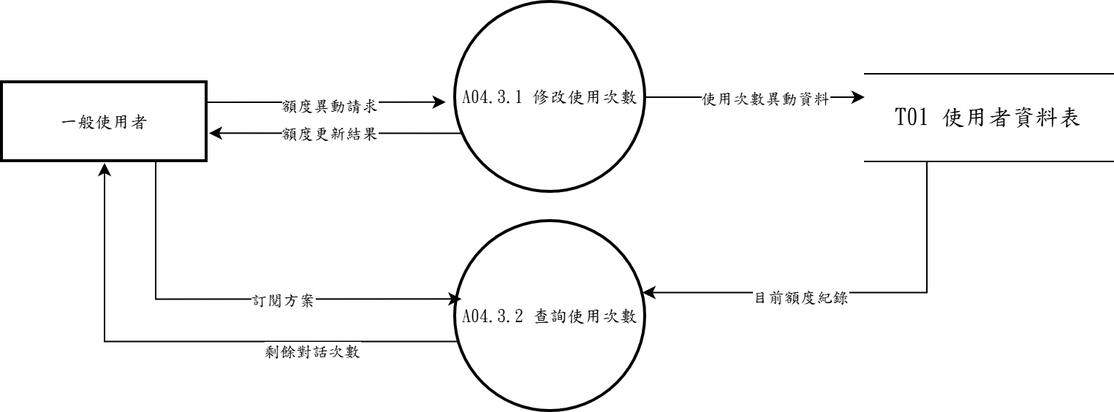
Before: 系統文件/第6章/DFD圖/圖4/新/圖4-3.drawio.png, a diagram exported from draw.io (s22452007/115502). Source tidied: cells renumbered, new cells last; positions are measured from the earlier drawing's top-left corner, leaving out a move shared by most shapes. Its diagram source:
```xml
<mxGraphModel>
  <root>
    <mxCell id="0" />
    <mxCell id="1" parent="0" />
    <mxCell id="2" style="edgeStyle=none;rounded=0;jettySize=auto;html=1;exitX=0.041;exitY=0.69;exitDx=0;exitDy=0;entryX=1.01;entryY=0.642;entryDx=0;entryDy=0;exitPerimeter=0;entryPerimeter=0;fontFamily=標楷體;" parent="1" edge="1" source="6" target="7">
      <mxGeometry relative="1" as="geometry" />
    </mxCell>
    <mxCell id="3" value="額度更新結果" style="edgeLabel;html=1;align=center;verticalAlign=middle;fontFamily=標楷體;" parent="2" vertex="1">
      <mxGeometry x="0.05" relative="1" as="geometry" />
    </mxCell>
    <mxCell id="4" style="edgeStyle=none;rounded=0;jettySize=auto;html=1;exitX=1;exitY=0.5;exitDx=0;exitDy=0;entryX=0;entryY=0.5;entryDx=0;entryDy=0;fontFamily=標楷體;" parent="1" edge="1" source="6">
      <mxGeometry relative="1" as="geometry">
        <mxPoint x="590" y="65" as="targetPoint" />
      </mxGeometry>
    </mxCell>
    <mxCell id="5" value="使用次數異動資料" style="edgeLabel;html=1;align=center;verticalAlign=middle;fontFamily=標楷體;" parent="4" vertex="1">
      <mxGeometry x="0.08" relative="1" as="geometry" />
    </mxCell>
    <mxCell id="6" value="A04.3.1 修改使用次數" style="ellipse;strokeWidth=2;whiteSpace=wrap;fontFamily=標楷體;" parent="1" vertex="1">
      <mxGeometry x="310" width="130" height="130" as="geometry" />
    </mxCell>
    <mxCell id="7" value="一般使用者" style="whiteSpace=wrap;strokeWidth=2;fontFamily=標楷體;" parent="1" vertex="1">
      <mxGeometry y="55" width="140" height="54" as="geometry" />
    </mxCell>
    <mxCell id="8" style="edgeStyle=none;rounded=0;jettySize=auto;html=1;exitX=1;exitY=0.25;exitDx=0;exitDy=0;entryX=-0.051;entryY=0.526;entryDx=0;entryDy=0;entryPerimeter=0;fontFamily=標楷體;" parent="1" edge="1" source="7" target="6">
      <mxGeometry relative="1" as="geometry" />
    </mxCell>
    <mxCell id="9" value="額度異動請求" style="edgeLabel;html=1;align=center;verticalAlign=middle;fontFamily=標楷體;" parent="8" vertex="1">
      <mxGeometry x="0.01" y="-2" relative="1" as="geometry" />
    </mxCell>
    <mxCell id="10" value="&lt;span lang=&quot;EN-US&quot; style=&quot;font-size: 12pt;&quot;&gt;T01&amp;nbsp;&lt;/span&gt;&lt;span style=&quot;font-size: 12pt;&quot;&gt;使用者資料表&lt;/span&gt;" style="shape=partialRectangle;whiteSpace=wrap;html=1;left=0;right=0;fontFamily=標楷體;" parent="1" vertex="1">
      <mxGeometry x="590" y="49" width="170" height="60" as="geometry" />
    </mxCell>
    <mxCell id="11" style="edgeStyle=orthogonalEdgeStyle;rounded=0;jettySize=auto;html=1;exitX=0.024;exitY=0.633;exitDx=0;exitDy=0;exitPerimeter=0;fontFamily=標楷體;" parent="1" edge="1" source="13">
      <mxGeometry relative="1" as="geometry">
        <mxPoint x="70" y="110" as="targetPoint" />
      </mxGeometry>
    </mxCell>
    <mxCell id="12" value="剩餘對話次數" style="edgeLabel;html=1;align=center;verticalAlign=middle;fontFamily=標楷體;" parent="11" vertex="1">
      <mxGeometry x="-0.44" y="6" relative="1" as="geometry" />
    </mxCell>
    <mxCell id="13" value="A04.3.2 查詢使用次數" style="ellipse;strokeWidth=2;whiteSpace=wrap;fontFamily=標楷體;" parent="1" vertex="1">
      <mxGeometry x="310" y="150" width="130" height="130" as="geometry" />
    </mxCell>
    <mxCell id="14" style="edgeStyle=orthogonalEdgeStyle;rounded=0;jettySize=auto;html=1;exitX=0.75;exitY=1;exitDx=0;exitDy=0;entryX=0.032;entryY=0.409;entryDx=0;entryDy=0;entryPerimeter=0;fontFamily=標楷體;" parent="1" edge="1" source="7" target="13">
      <mxGeometry relative="1" as="geometry">
        <Array as="points">
          <mxPoint x="105" y="203" />
        </Array>
      </mxGeometry>
    </mxCell>
    <mxCell id="15" value="訂閱方案" style="edgeLabel;html=1;align=center;verticalAlign=middle;fontFamily=標楷體;" parent="14" vertex="1">
      <mxGeometry x="0.2" relative="1" as="geometry" />
    </mxCell>
    <mxCell id="16" style="edgeStyle=orthogonalEdgeStyle;rounded=0;jettySize=auto;html=1;exitX=0.25;exitY=1;exitDx=0;exitDy=0;entryX=0.984;entryY=0.375;entryDx=0;entryDy=0;entryPerimeter=0;fontFamily=標楷體;" parent="1" edge="1" source="10" target="13">
      <mxGeometry relative="1" as="geometry">
        <Array as="points">
          <mxPoint x="633" y="199" />
        </Array>
      </mxGeometry>
    </mxCell>
    <mxCell id="17" value="目前額度紀錄" style="edgeLabel;html=1;align=center;verticalAlign=middle;fontFamily=標楷體;" parent="16" vertex="1">
      <mxGeometry x="0.25" y="3" relative="1" as="geometry" />
    </mxCell>
  </root>
</mxGraphModel>
```
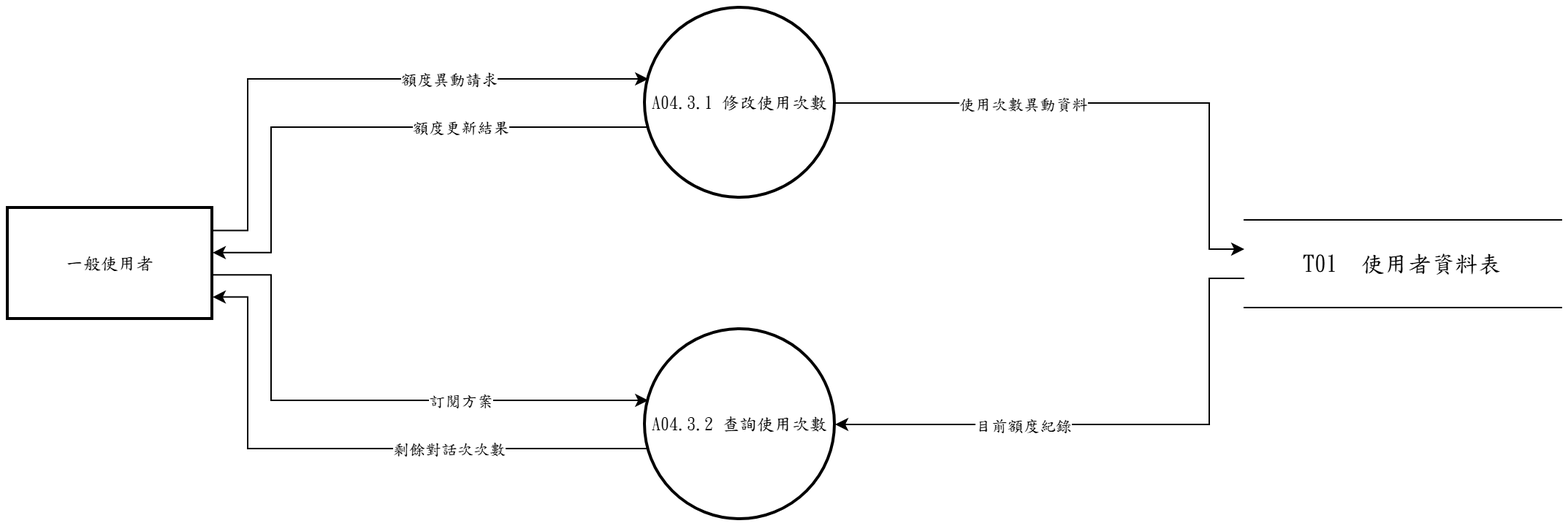
After the change.

The edit, as a diff of the source:
```diff
@@ -1,66 +1,84 @@
 <mxGraphModel>
   <root>
-    <mxCell id="0" />
-    <mxCell id="1" parent="0" />
+    <mxCell id="18" />
+    <mxCell id="19" parent="18" />
+    <mxCell id="6" value="A04.3.1 修改使用次數" style="ellipse;strokeWidth=2;whiteSpace=wrap;html=1;fontFamily=標楷體;" parent="19" vertex="1">
+      <mxGeometry x="536" y="-200" width="130" height="130" as="geometry" />
+    </mxCell>
+    <mxCell id="13" value="A04.3.2 查詢使用次數" style="ellipse;strokeWidth=2;whiteSpace=wrap;html=1;fontFamily=標楷體;" parent="19" vertex="1">
+      <mxGeometry x="536" y="20" width="130" height="130" as="geometry" />
+    </mxCell>
+    <mxCell id="7" value="一般使用者" style="whiteSpace=wrap;strokeWidth=2;html=1;fontFamily=標楷體;" parent="19" vertex="1">
+      <mxGeometry x="100" y="-63" width="140" height="76" as="geometry" />
+    </mxCell>
+    <mxCell id="10" value="T01  使用者資料表" style="shape=partialRectangle;whiteSpace=wrap;html=1;left=0;right=0;fontFamily=標楷體;fontSize=16;" parent="19" vertex="1">
+      <mxGeometry x="946" y="-55" width="217" height="60" as="geometry" />
+    </mxCell>
+    <mxCell id="8" style="edgeStyle=none;rounded=0;html=1;fontFamily=標楷體;endArrow=classic;exitX=1.0000;exitY=0.2000;exitDx=0;exitDy=0;exitPerimeter=0;entryX=0.0163;entryY=0.3733;entryDx=0;entryDy=0;entryPerimeter=0;" parent="19" edge="1" source="7" target="6">
+      <mxGeometry relative="1" as="geometry">
+        <Array as="points">
+          <mxPoint x="264" y="-47.8" />
+          <mxPoint x="264" y="-151.5" />
+        </Array>
+      </mxGeometry>
+    </mxCell>
+    <mxCell id="9" value="額度異動請求" style="edgeLabel;html=1;align=center;verticalAlign=middle;fontFamily=標楷體;" parent="8" vertex="1">
+      <mxGeometry x="0.32" relative="1" as="geometry" />
+    </mxCell>
-    <mxCell id="2" style="edgeStyle=none;rounded=0;jettySize=auto;html=1;exitX=0.041;exitY=0.69;exitDx=0;exitDy=0;entryX=1.01;entryY=0.642;entryDx=0;entryDy=0;exitPerimeter=0;entryPerimeter=0;fontFamily=標楷體;" parent="1" edge="1" source="6" target="7">
-      <mxGeometry relative="1" as="geometry" />
+    <mxCell id="2" style="edgeStyle=none;rounded=0;html=1;fontFamily=標楷體;endArrow=classic;exitX=0.0163;exitY=0.6267;exitDx=0;exitDy=0;exitPerimeter=0;entryX=1.0000;entryY=0.4000;entryDx=0;entryDy=0;entryPerimeter=0;" parent="19" edge="1" source="6" target="7">
+      <mxGeometry relative="1" as="geometry">
+        <Array as="points">
+          <mxPoint x="280" y="-118.5" />
+          <mxPoint x="280" y="-32.6" />
+        </Array>
+      </mxGeometry>
     </mxCell>
     <mxCell id="3" value="額度更新結果" style="edgeLabel;html=1;align=center;verticalAlign=middle;fontFamily=標楷體;" parent="2" vertex="1">
-      <mxGeometry x="0.05" relative="1" as="geometry" />
+      <mxGeometry x="-0.33" relative="1" as="geometry" />
     </mxCell>
-    <mxCell id="4" style="edgeStyle=none;rounded=0;jettySize=auto;html=1;exitX=1;exitY=0.5;exitDx=0;exitDy=0;entryX=0;entryY=0.5;entryDx=0;entryDy=0;fontFamily=標楷體;" parent="1" edge="1" source="6">
-      <mxGeometry relative="1" as="geometry">
-        <mxPoint x="590" y="65" as="targetPoint" />
-      </mxGeometry>
-    </mxCell>
+    <mxCell id="20" style="edgeStyle=none;rounded=0;html=1;fontFamily=標楷體;endArrow=classic;exitX=1.0000;exitY=0.5000;exitDx=0;exitDy=0;exitPerimeter=0;entryX=0.0000;entryY=0.3333;entryDx=0;entryDy=0;entryPerimeter=0;" parent="19" edge="1" source="6" target="10">
+      <mxGeometry relative="1" as="geometry">
+        <Array as="points">
+          <mxPoint x="922" y="-135" />
+          <mxPoint x="922" y="-35" />
+        </Array>
+      </mxGeometry>
+    </mxCell>
-    <mxCell id="5" value="使用次數異動資料" style="edgeLabel;html=1;align=center;verticalAlign=middle;fontFamily=標楷體;" parent="4" vertex="1">
-      <mxGeometry x="0.08" relative="1" as="geometry" />
+    <mxCell id="5" value="使用次數異動資料" style="edgeLabel;html=1;align=center;verticalAlign=middle;fontFamily=標楷體;" parent="20" vertex="1">
+      <mxGeometry x="-0.33" relative="1" as="geometry" />
     </mxCell>
-    <mxCell id="6" value="A04.3.1 修改使用次數" style="ellipse;strokeWidth=2;whiteSpace=wrap;fontFamily=標楷體;" parent="1" vertex="1">
-      <mxGeometry x="310" width="130" height="130" as="geometry" />
-    </mxCell>
-    <mxCell id="7" value="一般使用者" style="whiteSpace=wrap;strokeWidth=2;fontFamily=標楷體;" parent="1" vertex="1">
-      <mxGeometry y="55" width="140" height="54" as="geometry" />
-    </mxCell>
-    <mxCell id="8" style="edgeStyle=none;rounded=0;jettySize=auto;html=1;exitX=1;exitY=0.25;exitDx=0;exitDy=0;entryX=-0.051;entryY=0.526;entryDx=0;entryDy=0;entryPerimeter=0;fontFamily=標楷體;" parent="1" edge="1" source="7" target="6">
-      <mxGeometry relative="1" as="geometry" />
-    </mxCell>
-    <mxCell id="9" value="額度異動請求" style="edgeLabel;html=1;align=center;verticalAlign=middle;fontFamily=標楷體;" parent="8" vertex="1">
-      <mxGeometry x="0.01" y="-2" relative="1" as="geometry" />
-    </mxCell>
-    <mxCell id="10" value="&lt;span lang=&quot;EN-US&quot; style=&quot;font-size: 12pt;&quot;&gt;T01&amp;nbsp;&lt;/span&gt;&lt;span style=&quot;font-size: 12pt;&quot;&gt;使用者資料表&lt;/span&gt;" style="shape=partialRectangle;whiteSpace=wrap;html=1;left=0;right=0;fontFamily=標楷體;" parent="1" vertex="1">
-      <mxGeometry x="590" y="49" width="170" height="60" as="geometry" />
-    </mxCell>
-    <mxCell id="11" style="edgeStyle=orthogonalEdgeStyle;rounded=0;jettySize=auto;html=1;exitX=0.024;exitY=0.633;exitDx=0;exitDy=0;exitPerimeter=0;fontFamily=標楷體;" parent="1" edge="1" source="13">
-      <mxGeometry relative="1" as="geometry">
-        <mxPoint x="70" y="110" as="targetPoint" />
-      </mxGeometry>
-    </mxCell>
-    <mxCell id="12" value="剩餘對話次數" style="edgeLabel;html=1;align=center;verticalAlign=middle;fontFamily=標楷體;" parent="11" vertex="1">
-      <mxGeometry x="-0.44" y="6" relative="1" as="geometry" />
-    </mxCell>
-    <mxCell id="13" value="A04.3.2 查詢使用次數" style="ellipse;strokeWidth=2;whiteSpace=wrap;fontFamily=標楷體;" parent="1" vertex="1">
-      <mxGeometry x="310" y="150" width="130" height="130" as="geometry" />
-    </mxCell>
-    <mxCell id="14" style="edgeStyle=orthogonalEdgeStyle;rounded=0;jettySize=auto;html=1;exitX=0.75;exitY=1;exitDx=0;exitDy=0;entryX=0.032;entryY=0.409;entryDx=0;entryDy=0;entryPerimeter=0;fontFamily=標楷體;" parent="1" edge="1" source="7" target="13">
+    <mxCell id="14" style="edgeStyle=none;rounded=0;html=1;fontFamily=標楷體;endArrow=classic;exitX=1.0000;exitY=0.6000;exitDx=0;exitDy=0;exitPerimeter=0;entryX=0.0163;entryY=0.3733;entryDx=0;entryDy=0;entryPerimeter=0;" parent="19" edge="1" source="7" target="13">
       <mxGeometry relative="1" as="geometry">
         <Array as="points">
-          <mxPoint x="105" y="203" />
+          <mxPoint x="280" y="-17.4" />
+          <mxPoint x="280" y="68.5" />
         </Array>
       </mxGeometry>
     </mxCell>
     <mxCell id="15" value="訂閱方案" style="edgeLabel;html=1;align=center;verticalAlign=middle;fontFamily=標楷體;" parent="14" vertex="1">
-      <mxGeometry x="0.2" relative="1" as="geometry" />
+      <mxGeometry x="0.33" relative="1" as="geometry" />
     </mxCell>
-    <mxCell id="16" style="edgeStyle=orthogonalEdgeStyle;rounded=0;jettySize=auto;html=1;exitX=0.25;exitY=1;exitDx=0;exitDy=0;entryX=0.984;entryY=0.375;entryDx=0;entryDy=0;entryPerimeter=0;fontFamily=標楷體;" parent="1" edge="1" source="10" target="13">
+    <mxCell id="16" style="edgeStyle=none;rounded=0;html=1;fontFamily=標楷體;endArrow=classic;exitX=0.0000;exitY=0.6667;exitDx=0;exitDy=0;exitPerimeter=0;entryX=1.0000;entryY=0.5000;entryDx=0;entryDy=0;entryPerimeter=0;" parent="19" edge="1" source="10" target="13">
       <mxGeometry relative="1" as="geometry">
         <Array as="points">
-          <mxPoint x="633" y="199" />
+          <mxPoint x="922" y="-15" />
+          <mxPoint x="922" y="85" />
         </Array>
       </mxGeometry>
     </mxCell>
     <mxCell id="17" value="目前額度紀錄" style="edgeLabel;html=1;align=center;verticalAlign=middle;fontFamily=標楷體;" parent="16" vertex="1">
-      <mxGeometry x="0.25" y="3" relative="1" as="geometry" />
+      <mxGeometry x="0.33" relative="1" as="geometry" />
     </mxCell>
+    <mxCell id="21" style="edgeStyle=none;rounded=0;html=1;fontFamily=標楷體;endArrow=classic;exitX=0.0163;exitY=0.6267;exitDx=0;exitDy=0;exitPerimeter=0;entryX=1.0000;entryY=0.8000;entryDx=0;entryDy=0;entryPerimeter=0;" parent="19" edge="1" source="13" target="7">
+      <mxGeometry relative="1" as="geometry">
+        <Array as="points">
+          <mxPoint x="264" y="101.5" />
+          <mxPoint x="264" y="-2.2" />
+        </Array>
+      </mxGeometry>
+    </mxCell>
+    <mxCell id="22" value="剩餘對話次次數" style="edgeLabel;html=1;align=center;verticalAlign=middle;fontFamily=標楷體;" parent="21" vertex="1">
+      <mxGeometry x="-0.32" relative="1" as="geometry" />
+    </mxCell>
   </root>
 </mxGraphModel>
```
